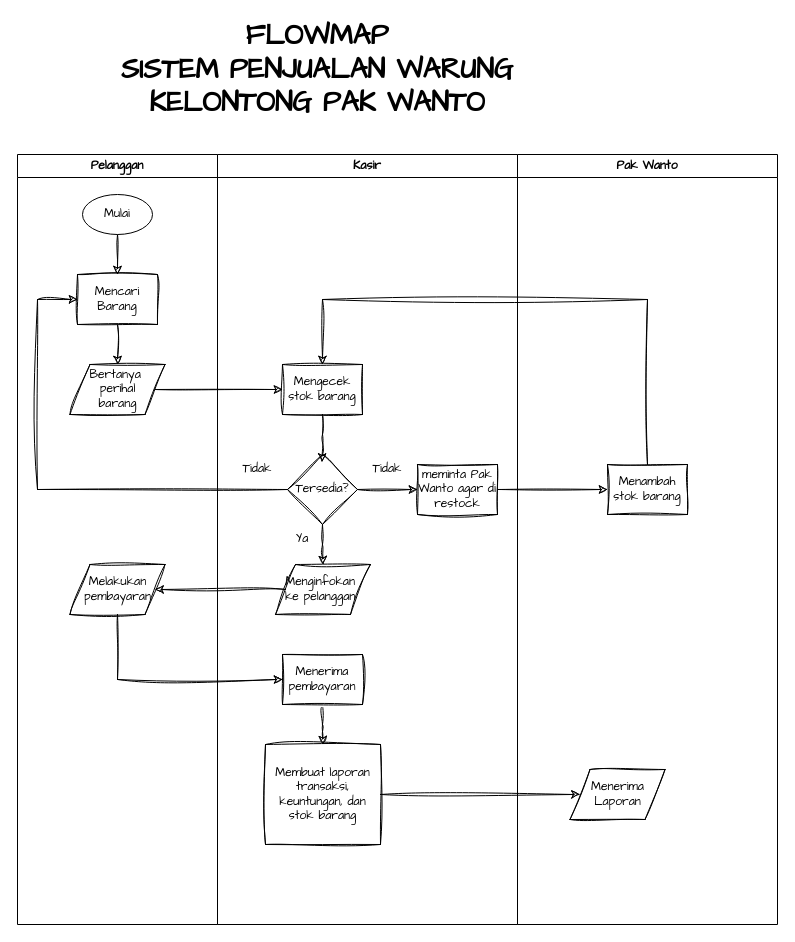
Suryzw/draw.io keeps this draw.io diagram as page "FlowMap" (1 of 3) of UTS_teori_RPL.drawio. Above is the earlier version. Source tidied: cells renumbered, new cells numbered last; positions are measured from the earlier drawing's top-left corner, leaving out a move shared by most shapes. Both pictures are drawn from the tidied source at 100%, with x=0, y=0 at pixel (17, 54).
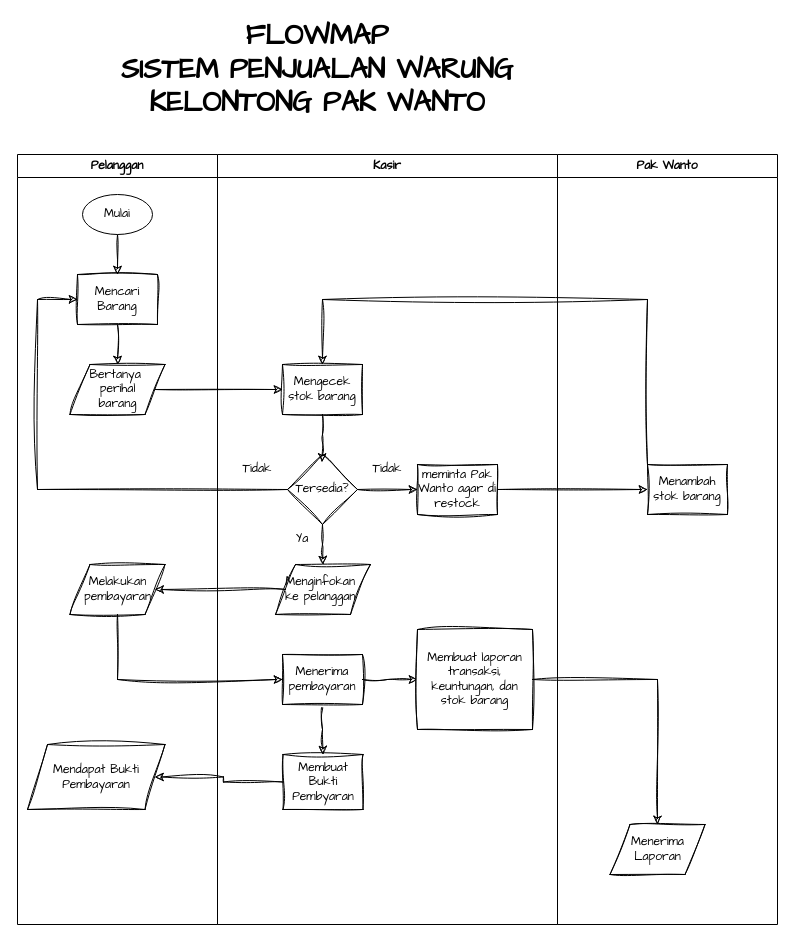
The same diagram, later.

The change refers to these unchanged cells:
```xml
<mxCell id="2" value="Pelanggan" style="swimlane;whiteSpace=wrap;html=1;hachureGap=4;fontFamily=Architects Daughter;" parent="1" vertex="1">
  <mxGeometry y="100" width="200" height="770" as="geometry" />
</mxCell>
<mxCell id="17" value="Menerima pembayaran" style="rounded=0;whiteSpace=wrap;html=1;sketch=1;hachureGap=4;jiggle=2;curveFitting=1;fontFamily=Architects Daughter;" parent="9" vertex="1">
  <mxGeometry x="65" y="500" width="80" height="50" as="geometry" />
</mxCell>
```

The edit, as a diff of the source:
```diff
@@
+    <mxCell id="34" value="Mendapat Bukti Pembayaran" style="shape=parallelogram;perimeter=parallelogramPerimeter;whiteSpace=wrap;html=1;fixedSize=1;sketch=1;hachureGap=4;jiggle=2;curveFitting=1;fontFamily=Architects Daughter;" parent="2" vertex="1">
+      <mxGeometry x="10" y="590" width="137.5" height="65" as="geometry" />
+    </mxCell>
     <mxCell id="9" value="Kasir" style="swimlane;whiteSpace=wrap;html=1;hachureGap=4;fontFamily=Architects Daughter;" parent="1" vertex="1">
-      <mxGeometry x="200" y="100" width="300" height="770" as="geometry" />
+      <mxGeometry x="200" y="100" width="340" height="770" as="geometry" />
     </mxCell>
@@
-    <mxCell id="16" style="edgeStyle=orthogonalEdgeStyle;rounded=0;sketch=1;hachureGap=4;jiggle=2;curveFitting=1;jettySize=auto;html=1;fontFamily=Architects Daughter;" parent="9" edge="1" source="17" target="18">
-      <mxGeometry relative="1" as="geometry" />
+    <mxCell id="16" style="edgeStyle=orthogonalEdgeStyle;rounded=0;sketch=1;hachureGap=4;jiggle=2;curveFitting=1;jettySize=auto;html=1;fontFamily=Architects Daughter;entryX=0;entryY=0.5;entryDx=0;entryDy=0;exitX=1;exitY=0.5;exitDx=0;exitDy=0;" parent="9" edge="1" source="17" target="18">
+      <mxGeometry relative="1" as="geometry">
+        <Array as="points">
+          <mxPoint x="170" y="525" />
+          <mxPoint x="170" y="525" />
+        </Array>
+      </mxGeometry>
     </mxCell>
+    <mxCell id="35" style="edgeStyle=orthogonalEdgeStyle;rounded=0;sketch=1;hachureGap=4;jiggle=2;curveFitting=1;jettySize=auto;html=1;entryX=0.5;entryY=0;entryDx=0;entryDy=0;fontFamily=Architects Daughter;" parent="9" edge="1" source="17" target="36">
+      <mxGeometry relative="1" as="geometry" />
+    </mxCell>
@@
     <mxCell id="18" value="Membuat laporan transaksi, keuntungan, dan stok barang" style="rounded=0;whiteSpace=wrap;html=1;sketch=1;hachureGap=4;jiggle=2;curveFitting=1;fontFamily=Architects Daughter;" parent="9" vertex="1">
-      <mxGeometry x="48" y="590" width="115" height="100" as="geometry" />
+      <mxGeometry x="200" y="475" width="115" height="100" as="geometry" />
     </mxCell>
@@
+    <mxCell id="36" value="Membuat Bukti Pembyaran" style="rounded=0;whiteSpace=wrap;html=1;sketch=1;hachureGap=4;jiggle=2;curveFitting=1;fontFamily=Architects Daughter;" parent="9" vertex="1">
+      <mxGeometry x="65.5" y="600" width="80" height="55" as="geometry" />
+    </mxCell>
     <mxCell id="23" value="Pak Wanto" style="swimlane;whiteSpace=wrap;html=1;hachureGap=4;fontFamily=Architects Daughter;" parent="1" vertex="1">
-      <mxGeometry x="500" y="100" width="260" height="770" as="geometry" />
+      <mxGeometry x="540" y="100" width="220" height="770" as="geometry" />
     </mxCell>
     <mxCell id="24" value="Menerima Laporan" style="shape=parallelogram;perimeter=parallelogramPerimeter;whiteSpace=wrap;html=1;fixedSize=1;sketch=1;hachureGap=4;jiggle=2;curveFitting=1;fontFamily=Architects Daughter;" parent="23" vertex="1">
-      <mxGeometry x="52.5" y="615" width="95" height="50" as="geometry" />
+      <mxGeometry x="52.5" y="670" width="95" height="50" as="geometry" />
     </mxCell>
@@
+    <mxCell id="37" style="edgeStyle=orthogonalEdgeStyle;rounded=0;sketch=1;hachureGap=4;jiggle=2;curveFitting=1;jettySize=auto;html=1;entryX=1;entryY=0.5;entryDx=0;entryDy=0;fontFamily=Architects Daughter;" parent="1" edge="1" source="36" target="34">
+      <mxGeometry relative="1" as="geometry">
+        <Array as="points">
+          <mxPoint x="206" y="728" />
+          <mxPoint x="206" y="722" />
+        </Array>
+      </mxGeometry>
+    </mxCell>
```
